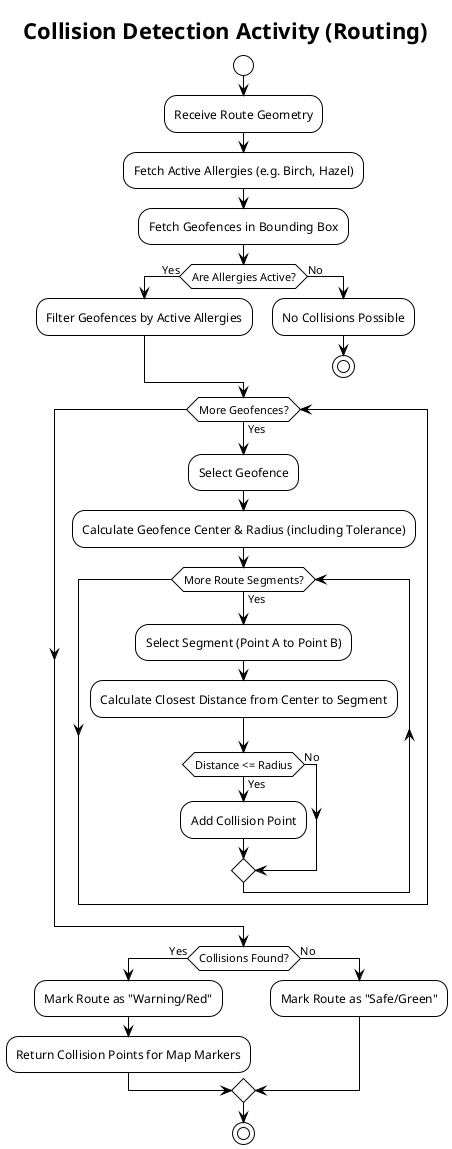
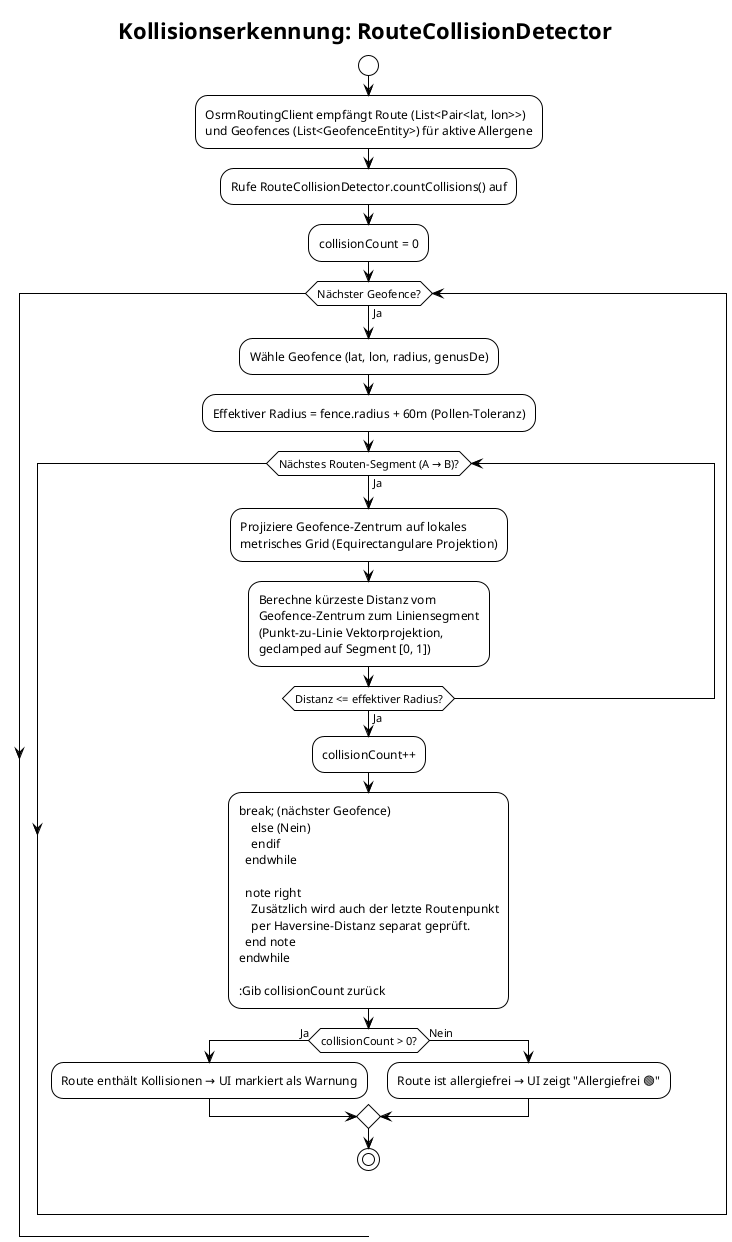
@startuml
!theme plain
- title Collision Detection Activity (Routing)
+ title Kollisionserkennung: RouteCollisionDetector

start

- :Receive Route Geometry;
- :Fetch Active Allergies (e.g. Birch, Hazel);
- :Fetch Geofences in Bounding Box;
+ :OsrmRoutingClient empfängt Route (List<Pair<lat, lon>>)\nund Geofences (List<GeofenceEntity>) für aktive Allergene;

- if (Are Allergies Active?) then (Yes)
-   :Filter Geofences by Active Allergies;
- else (No)
-   :No Collisions Possible;
-   stop
- endif
+ :Rufe RouteCollisionDetector.countCollisions() auf;

- while (More Geofences?) is (Yes)
-   :Select Geofence;
-   :Calculate Geofence Center & Radius (including Tolerance);
+ :collisionCount = 0;

-   while (More Route Segments?) is (Yes)
-     :Select Segment (Point A to Point B);
-     :Calculate Closest Distance from Center to Segment;
+ while (Nächster Geofence?) is (Ja)
+   :Wähle Geofence (lat, lon, radius, genusDe);
+   :Effektiver Radius = fence.radius + 60m (Pollen-Toleranz);

-     if (Distance <= Radius) then (Yes)
-       :Add Collision Point;
-     else (No)
+   while (Nächstes Routen-Segment (A → B)?) is (Ja)
+     :Projiziere Geofence-Zentrum auf lokales\nmetrisches Grid (Equirectangulare Projektion);
+     :Berechne kürzeste Distanz vom\nGeofence-Zentrum zum Liniensegment\n(Punkt-zu-Linie Vektorprojektion,\ngeclamped auf Segment [0, 1]);
+ 
+     if (Distanz <= effektiver Radius?) then (Ja)
+       :collisionCount++;
+       :break; (nächster Geofence)
+     else (Nein)
    endif
  endwhile
+ 
+   note right
+     Zusätzlich wird auch der letzte Routenpunkt
+     per Haversine-Distanz separat geprüft.
+   end note
endwhile

- if (Collisions Found?) then (Yes)
-   :Mark Route as "Warning/Red";
-   :Return Collision Points for Map Markers;
- else (No)
-   :Mark Route as "Safe/Green";
+ :Gib collisionCount zurück;
+ 
+ if (collisionCount > 0?) then (Ja)
+   :Route enthält Kollisionen → UI markiert als Warnung;
+ else (Nein)
+   :Route ist allergiefrei → UI zeigt "Allergiefrei 🟢";
endif

stop
@enduml
